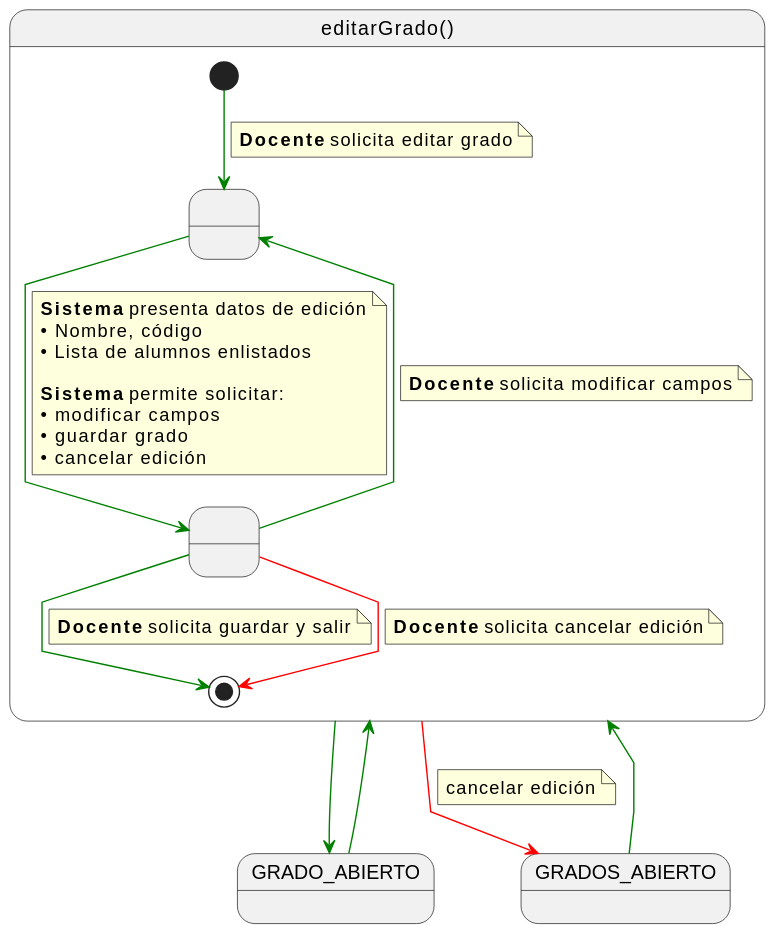
This is documents/casos-de-uso/detalladoCasosDeUso/editarGrado/editarGrado.svg from martinlopez7/25-26-IdSw1-SdR, a PlantUML export, as it was before one commit.
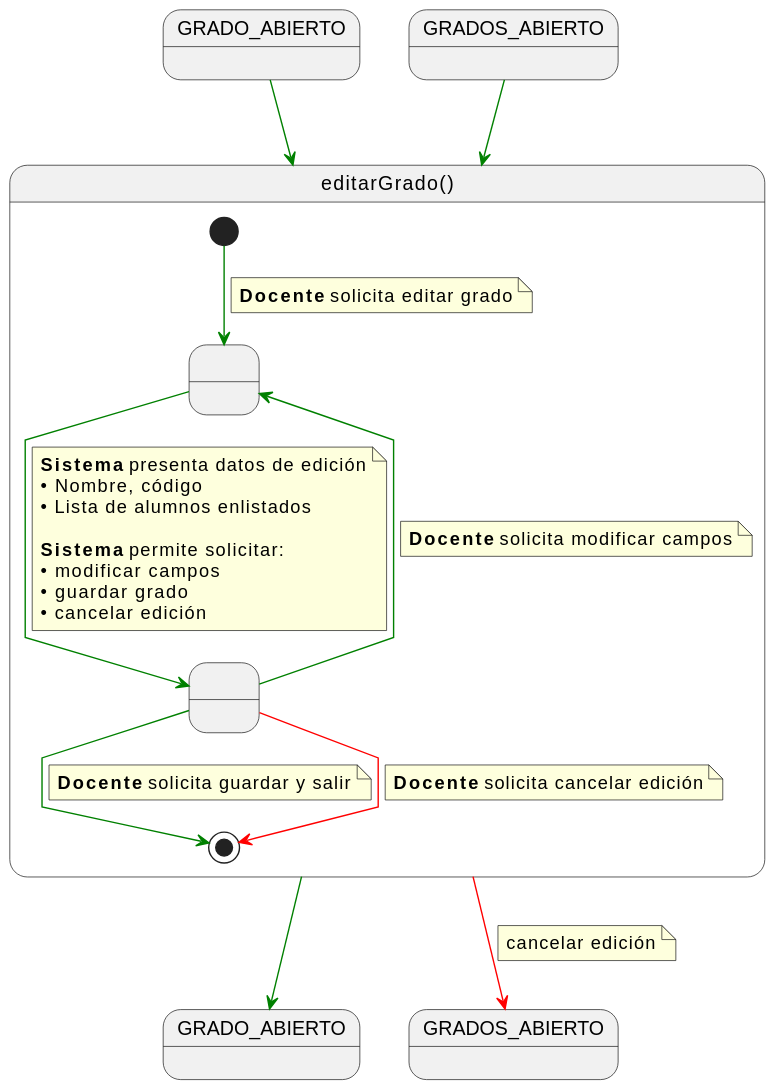
Above is the later version.

The edit, as a diff of the source:
```diff
@@ -1,5 +1,10 @@
 @startuml
 skinparam linetype polyline
+
+state GRADO_ABIERTO as "GRADO_ABIERTO"
+state GRADO_ABIERTO2 as "GRADO_ABIERTO"
+state GRADOS_ABIERTO as "GRADOS_ABIERTO"
+state GRADOS_ABIERTO2 as "GRADOS_ABIERTO"
 
 state editarGrado as "editarGrado()" {
 
@@ -44,9 +49,9 @@
 
 GRADOS_ABIERTO -[#green]-> editarGrado
 
-editarGrado -[#green]-> GRADO_ABIERTO
+editarGrado -[#green]-> GRADO_ABIERTO2
 
-editarGrado -[#red]-> GRADOS_ABIERTO
+editarGrado -[#red]-> GRADOS_ABIERTO2
 note on link
 cancelar edición
 end note
```
